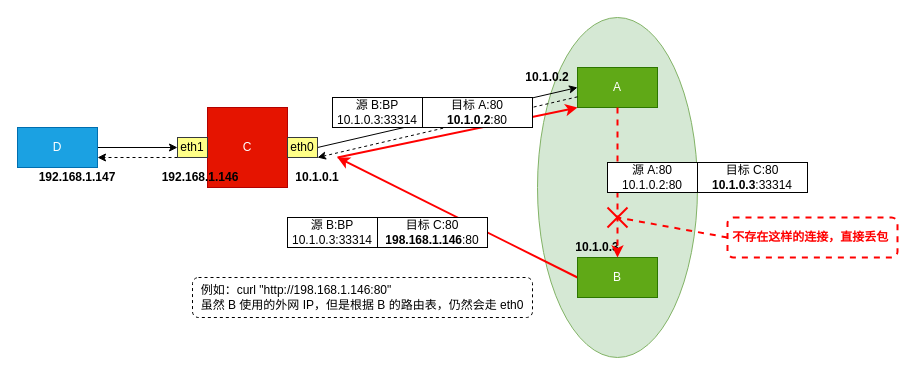
Above: posts/iptables/assets/dnat-problem.drawio in lsj9383/blog (draw.io), before the change. Source tidied: cells renumbered, new cells numbered last; positions are measured from the earlier drawing's top-left corner, leaving out a move shared by most shapes. Both pictures are drawn from the tidied source at 100%, with x=0, y=0 at pixel (17, 17).
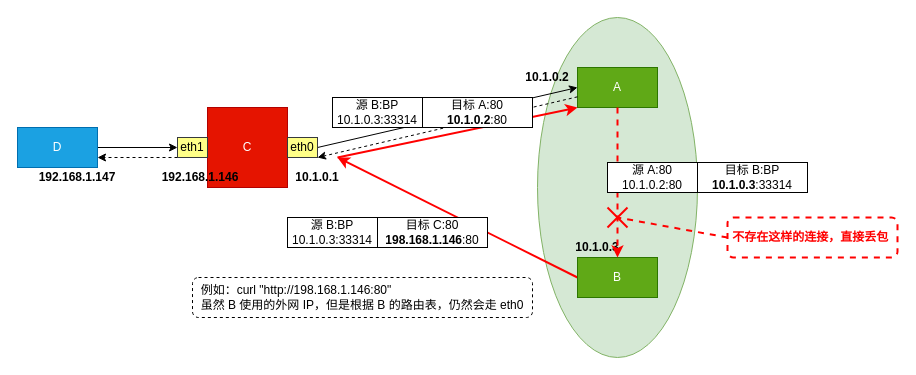
Above is the later version.

The edit, as a diff of the source:
```diff
@@
-    <mxCell id="27" value="目标 C:80&lt;br&gt;&lt;b&gt;10.1.0.3&lt;/b&gt;:33314" style="rounded=0;whiteSpace=wrap;html=1;" parent="1" vertex="1">
+    <mxCell id="27" value="目标 B:BP&lt;br&gt;&lt;b&gt;10.1.0.3&lt;/b&gt;:33314" style="rounded=0;whiteSpace=wrap;html=1;" parent="1" vertex="1">
       <mxGeometry x="680" y="145" width="110" height="30" as="geometry" />
     </mxCell>
```
